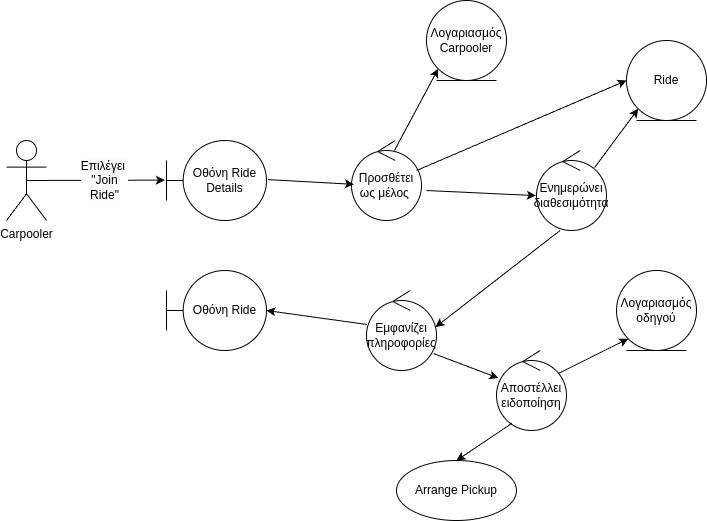
YannisRavasopoulos/ProjectSD_S6 keeps this draw.io diagram as reports/use-cases/join-ride-robustness.drawio.png. Above is the earlier version. Source tidied: cells renumbered, new cells last; positions are measured from the earlier drawing's top-left corner, leaving out a move shared by most shapes.
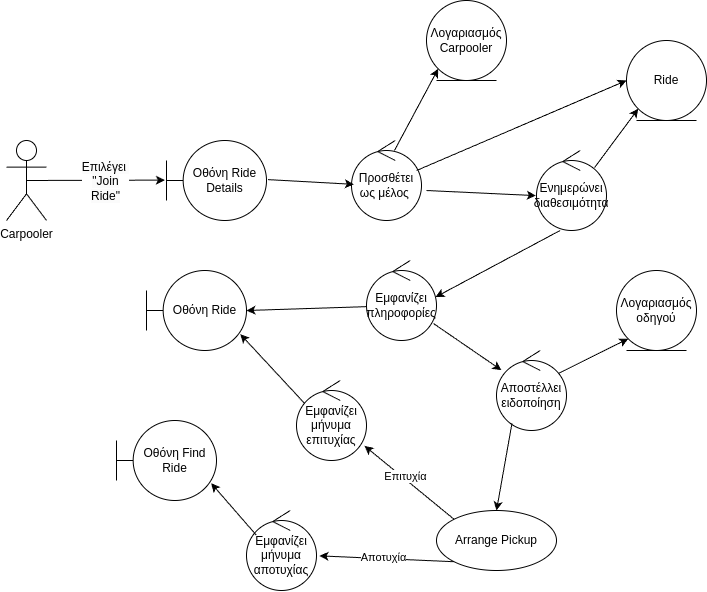
Later version of the same file.

Commit message:
Update join-ride

Diff of the diagram source:
```diff
@@ -28,7 +28,7 @@
       <mxGeometry x="620" y="40" width="80" height="80" as="geometry" />
     </mxCell>
     <mxCell id="9" value="Arrange Pickup" style="ellipse;whiteSpace=wrap;html=1;" parent="1" vertex="1">
-      <mxGeometry x="390" y="460" width="120" height="60" as="geometry" />
+      <mxGeometry x="430" y="510" width="120" height="60" as="geometry" />
     </mxCell>
     <mxCell id="10" value="Ενημερώνει διαθεσιμότητα" style="ellipse;shape=umlControl;whiteSpace=wrap;html=1;" parent="1" vertex="1">
       <mxGeometry x="530" y="150" width="70" height="80" as="geometry" />
@@ -64,16 +64,45 @@
       <mxGeometry relative="1" as="geometry" />
     </mxCell>
     <mxCell id="21" value="Οθόνη Ride" style="shape=umlBoundary;whiteSpace=wrap;html=1;" parent="1" vertex="1">
-      <mxGeometry x="160" y="270" width="100" height="80" as="geometry" />
+      <mxGeometry x="140" y="270" width="100" height="80" as="geometry" />
     </mxCell>
-    <mxCell id="22" style="endArrow=classic;html=1;entryX=1;entryY=0.5;entryDx=0;entryDy=0;entryPerimeter=0;exitX=0.006;exitY=0.425;exitDx=0;exitDy=0;exitPerimeter=0;" parent="1" edge="1" source="23" target="21">
+    <mxCell id="22" style="endArrow=classic;html=1;entryX=1;entryY=0.5;entryDx=0;entryDy=0;entryPerimeter=0;exitX=-0.005;exitY=0.577;exitDx=0;exitDy=0;exitPerimeter=0;" parent="1" edge="1" source="23" target="21">
       <mxGeometry relative="1" as="geometry" />
     </mxCell>
     <mxCell id="23" value="Εμφανίζει πληροφορίες" style="ellipse;shape=umlControl;whiteSpace=wrap;html=1;" parent="1" vertex="1">
-      <mxGeometry x="360" y="290" width="70" height="80" as="geometry" />
+      <mxGeometry x="360" y="260" width="70" height="80" as="geometry" />
     </mxCell>
     <mxCell id="24" style="endArrow=classic;html=1;exitX=0.337;exitY=1;exitDx=0;exitDy=0;exitPerimeter=0;entryX=0.986;entryY=0.457;entryDx=0;entryDy=0;entryPerimeter=0;" parent="1" edge="1" source="10" target="23">
       <mxGeometry relative="1" as="geometry" />
     </mxCell>
+    <mxCell id="25" style="endArrow=classic;html=1;entryX=1.043;entryY=0.567;entryDx=0;entryDy=0;entryPerimeter=0;exitX=0;exitY=1;exitDx=0;exitDy=0;" parent="1" edge="1" source="9" target="31">
+      <mxGeometry relative="1" as="geometry" />
+    </mxCell>
+    <mxCell id="26" value="Αποτυχία" style="edgeLabel;html=1;align=center;verticalAlign=middle;" parent="25" vertex="1">
+      <mxGeometry x="0.06" y="-3" relative="1" as="geometry">
+        <mxPoint y="1" as="offset" />
+      </mxGeometry>
+    </mxCell>
+    <mxCell id="27" value="Εμφανίζει μήνυμα επιτυχίας" style="ellipse;shape=umlControl;whiteSpace=wrap;html=1;" parent="1" vertex="1">
+      <mxGeometry x="290" y="380" width="70" height="80" as="geometry" />
+    </mxCell>
+    <mxCell id="28" style="endArrow=classic;html=1;exitX=0;exitY=0;exitDx=0;exitDy=0;entryX=0.971;entryY=0.817;entryDx=0;entryDy=0;entryPerimeter=0;" parent="1" edge="1" source="9" target="27">
+      <mxGeometry relative="1" as="geometry" />
+    </mxCell>
+    <mxCell id="29" value="Επιτυχία" style="edgeLabel;html=1;align=center;verticalAlign=middle;" parent="28" vertex="1">
+      <mxGeometry x="0.14" y="-2" relative="1" as="geometry" />
+    </mxCell>
+    <mxCell id="30" style="endArrow=classic;html=1;exitX=0.114;exitY=0.285;exitDx=0;exitDy=0;exitPerimeter=0;entryX=0.938;entryY=0.796;entryDx=0;entryDy=0;entryPerimeter=0;" parent="1" edge="1" source="27" target="21">
+      <mxGeometry relative="1" as="geometry" />
+    </mxCell>
+    <mxCell id="31" value="Εμφανίζει μήνυμα αποτυχίας" style="ellipse;shape=umlControl;whiteSpace=wrap;html=1;" parent="1" vertex="1">
+      <mxGeometry x="240" y="510" width="70" height="80" as="geometry" />
+    </mxCell>
+    <mxCell id="32" value="Οθόνη Find Ride" style="shape=umlBoundary;whiteSpace=wrap;html=1;" parent="1" vertex="1">
+      <mxGeometry x="110" y="420" width="100" height="80" as="geometry" />
+    </mxCell>
+    <mxCell id="33" style="endArrow=classic;html=1;exitX=0.138;exitY=0.306;exitDx=0;exitDy=0;exitPerimeter=0;entryX=0.947;entryY=0.785;entryDx=0;entryDy=0;entryPerimeter=0;" parent="1" edge="1" source="31" target="32">
+      <mxGeometry relative="1" as="geometry" />
+    </mxCell>
   </root>
 </mxGraphModel>
```
